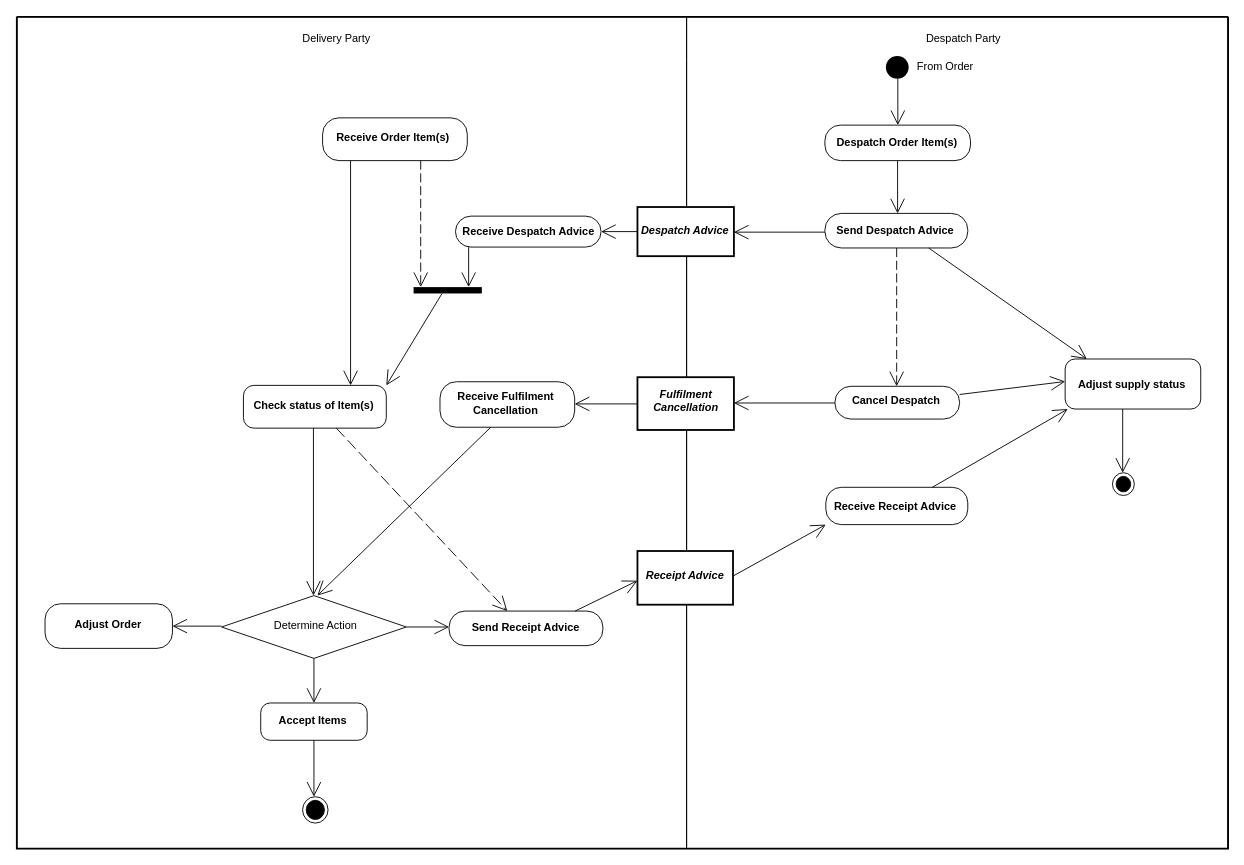
The draw.io diagram diagrams/UBL-2.2-FulfilmentDespatchAdviceProcess/UBL-2.2-FulfilmentDespatchAdviceProcess.drawio in kduvekot/ubl-work-on-svg-images, before the edit. Source tidied: cells renumbered, new cells numbered last; positions are measured from the earlier drawing's top-left corner, leaving out a move shared by most shapes. Both pictures are drawn from the tidied source at 91%, with x=0, y=0 at pixel (16, 16).
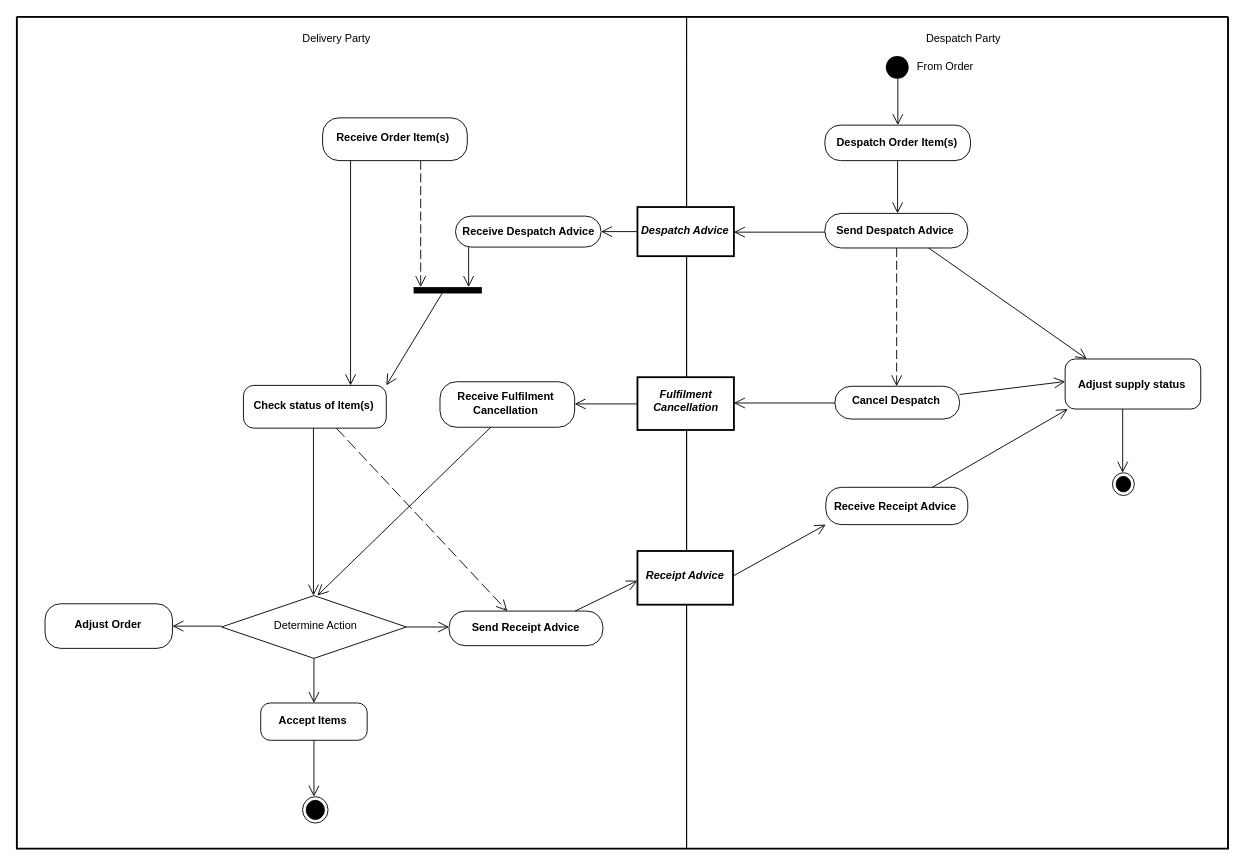
The same page after the edit.

The change refers to these unchanged cells:
```xml
<mxCell id="2" style="swimlane;html=1;startSize=0;whiteSpace=wrap;fillColor=none;strokeWidth=2;" parent="1" vertex="1">
  <mxGeometry width="1331" height="914" as="geometry" />
</mxCell>
<mxCell id="3" value="Delivery Party" style="swimlane;horizontal=1;startSize=47;swimlaneLine=0;html=1;fillColor=none;fontStyle=0;spacing=0;spacingRight=34;" parent="2" vertex="1">
  <mxGeometry width="736" height="914" as="geometry" />
</mxCell>
<mxCell id="4" value="Despatch Party" style="swimlane;horizontal=1;startSize=47;swimlaneLine=0;html=1;fillColor=none;fontStyle=0;spacing=0;spacingLeft=13;" parent="2" vertex="1">
  <mxGeometry x="736" width="595" height="914" as="geometry" />
</mxCell>
<mxCell id="5" value="From Order" style="ellipse;shape=startState;fillColor=#000000;strokeColor=none;html=1;whiteSpace=nowrap;fontStyle=0;align=center;verticalAlign=middle;spacing=0;spacingLeft=105;spacingBottom=2;" parent="4" vertex="1">
  <mxGeometry x="215" y="39" width="33" height="33" as="geometry" />
</mxCell>
<mxCell id="6" value="Receive Order Item(s)" style="rounded=1;absoluteArcSize=1;arcSize=36;html=1;whiteSpace=nowrap;fontStyle=1;align=center;verticalAlign=middle;spacing=0;spacingRight=6;spacingBottom=3;" parent="3" vertex="1">
  <mxGeometry x="336" y="111" width="159" height="47" as="geometry" />
</mxCell>
<mxCell id="7" value="Despatch Order Item(s)" style="rounded=1;absoluteArcSize=1;arcSize=34;html=1;whiteSpace=nowrap;fontStyle=1;align=center;verticalAlign=middle;spacing=0;spacingRight=3;spacingBottom=1;" parent="4" vertex="1">
  <mxGeometry x="152" y="119" width="160" height="39" as="geometry" />
</mxCell>
<mxCell id="8" value="Despatch Advice" style="rounded=0;html=1;whiteSpace=nowrap;fontStyle=3;align=center;verticalAlign=middle;spacing=0;spacingRight=2;spacingBottom=2;strokeWidth=2;" parent="4" vertex="1">
  <mxGeometry x="-54" y="209" width="106" height="54" as="geometry" />
</mxCell>
<mxCell id="9" value="Send Despatch Advice" style="rounded=1;absoluteArcSize=1;arcSize=36;html=1;whiteSpace=nowrap;fontStyle=1;align=center;verticalAlign=middle;spacing=0;spacingRight=4;" parent="4" vertex="1">
  <mxGeometry x="152" y="216" width="157" height="38" as="geometry" />
</mxCell>
<mxCell id="10" value="Receive Despatch Advice" style="rounded=1;absoluteArcSize=1;arcSize=34;html=1;whiteSpace=nowrap;fontStyle=1;align=center;verticalAlign=middle;spacing=0;" parent="3" vertex="1">
  <mxGeometry x="482" y="219" width="160" height="34" as="geometry" />
</mxCell>
<mxCell id="11" style="html=1;points=[[0.1041,0],[0.4166,1],[0.8064,0]];perimeter=orthogonalPerimeter;fillColor=#000000;strokeColor=none;" parent="3" vertex="1">
  <mxGeometry x="436" y="297" width="75" height="7" as="geometry" />
</mxCell>
<mxCell id="12" value="Adjust supply status" style="rounded=1;absoluteArcSize=1;arcSize=22;html=1;whiteSpace=nowrap;fontStyle=1;align=center;verticalAlign=middle;spacing=0;spacingRight=3;" parent="4" vertex="1">
  <mxGeometry x="416" y="376" width="149" height="55" as="geometry" />
</mxCell>
<mxCell id="13" value="Fulfilment&lt;br&gt;Cancellation" style="rounded=0;html=1;whiteSpace=nowrap;fontStyle=3;align=center;verticalAlign=middle;spacing=0;spacingRight=1;spacingBottom=6;strokeWidth=2;" parent="4" vertex="1">
  <mxGeometry x="-54" y="396" width="106" height="58" as="geometry" />
</mxCell>
<mxCell id="14" value="Receive Fulfilment&lt;br&gt;Cancellation" style="rounded=1;absoluteArcSize=1;arcSize=36;html=1;whiteSpace=nowrap;fontStyle=1;align=center;verticalAlign=middle;spacing=0;spacingRight=5;spacingBottom=2;" parent="3" vertex="1">
  <mxGeometry x="465" y="401" width="148" height="50" as="geometry" />
</mxCell>
<mxCell id="15" value="Check status of Item(s)" style="rounded=1;absoluteArcSize=1;arcSize=23;html=1;whiteSpace=nowrap;fontStyle=1;align=center;verticalAlign=middle;spacing=0;spacingRight=3;spacingBottom=4;" parent="3" vertex="1">
  <mxGeometry x="249" y="405" width="157" height="47" as="geometry" />
</mxCell>
<mxCell id="16" value="Cancel Despatch" style="rounded=1;absoluteArcSize=1;arcSize=35;html=1;whiteSpace=nowrap;fontStyle=1;align=center;verticalAlign=middle;spacing=0;spacingRight=4;spacingBottom=4;" parent="4" vertex="1">
  <mxGeometry x="163" y="406" width="137" height="36" as="geometry" />
</mxCell>
<mxCell id="17" style="ellipse;shape=endState;fillColor=#000000;html=1;" parent="4" vertex="1">
  <mxGeometry x="468" y="501" width="24" height="25" as="geometry" />
</mxCell>
<mxCell id="18" value="Receive Receipt Advice" style="rounded=1;absoluteArcSize=1;arcSize=34;html=1;whiteSpace=nowrap;fontStyle=1;align=center;verticalAlign=middle;spacing=0;spacingRight=4;spacingTop=1;" parent="4" vertex="1">
  <mxGeometry x="153" y="517" width="156" height="41" as="geometry" />
</mxCell>
<mxCell id="19" value="Receipt Advice" style="rounded=0;html=1;whiteSpace=nowrap;fontStyle=3;align=center;verticalAlign=middle;spacing=0;spacingRight=2;spacingBottom=5;strokeWidth=2;" parent="4" vertex="1">
  <mxGeometry x="-54" y="587" width="105" height="59" as="geometry" />
</mxCell>
<mxCell id="20" value="Determine Action" style="rhombus;html=1;whiteSpace=nowrap;fontStyle=0;align=center;verticalAlign=middle;spacing=0;spacingLeft=2;spacingBottom=3;" parent="3" vertex="1">
  <mxGeometry x="225" y="636" width="203" height="69" as="geometry" />
</mxCell>
<mxCell id="21" value="Adjust Order" style="rounded=1;absoluteArcSize=1;arcSize=34;html=1;whiteSpace=nowrap;fontStyle=1;align=center;verticalAlign=middle;spacing=0;spacingRight=2;spacingBottom=4;" parent="3" vertex="1">
  <mxGeometry x="31" y="645" width="140" height="49" as="geometry" />
</mxCell>
<mxCell id="22" value="Send Receipt Advice" style="rounded=1;absoluteArcSize=1;arcSize=35;html=1;whiteSpace=nowrap;fontStyle=1;align=center;verticalAlign=middle;spacing=0;spacingRight=2;spacingBottom=3;" parent="3" vertex="1">
  <mxGeometry x="475" y="653" width="169" height="38" as="geometry" />
</mxCell>
<mxCell id="23" value="Accept Items" style="rounded=1;absoluteArcSize=1;arcSize=21;html=1;whiteSpace=nowrap;fontStyle=1;align=center;verticalAlign=middle;spacing=0;spacingRight=3;spacingBottom=1;" parent="3" vertex="1">
  <mxGeometry x="268" y="754" width="117" height="41" as="geometry" />
</mxCell>
<mxCell id="24" style="ellipse;shape=endState;fillColor=#000000;html=1;" parent="3" vertex="1">
  <mxGeometry x="314" y="857" width="28" height="29" as="geometry" />
</mxCell>
```

Diff of the diagram source:
```diff
@@
-    <mxCell id="25" style="edgeStyle=none;rounded=0;html=1;endArrow=open;endFill=0;endSize=14;exitPerimeter=0;entryX=0.5009;entryY=0;entryPerimeter=0;exitX=0.519515;exitY=0.8788;" parent="4" edge="1" source="5" target="7">
+    <mxCell id="25" style="edgeStyle=none;rounded=0;html=1;endArrow=open;endFill=0;endSize=10;exitPerimeter=0;entryX=0.5009;entryY=0;entryPerimeter=0;exitX=0.519515;exitY=0.8788;" parent="4" edge="1" source="5" target="7">
       <mxGeometry relative="1" as="geometry" />
     </mxCell>
-    <mxCell id="26" style="edgeStyle=none;rounded=0;html=1;endArrow=open;endFill=0;endSize=14;exitPerimeter=0;entryX=0.75;entryY=0;entryPerimeter=0;exitX=0.193396;exitY=1;" parent="3" edge="1" source="6" target="15">
+    <mxCell id="26" style="edgeStyle=none;rounded=0;html=1;endArrow=open;endFill=0;endSize=10;exitPerimeter=0;entryX=0.75;entryY=0;entryPerimeter=0;exitX=0.193396;exitY=1;" parent="3" edge="1" source="6" target="15">
       <mxGeometry relative="1" as="geometry" />
     </mxCell>
-    <mxCell id="27" style="edgeStyle=none;rounded=0;html=1;endArrow=open;endFill=0;endSize=14;exitPerimeter=0;entryX=0.1041;entryY=0;entryPerimeter=0;dashed=1;dashPattern=10 4;noJump=1;exitX=0.678035;exitY=1;" parent="3" edge="1" source="6" target="11">
+    <mxCell id="27" style="edgeStyle=none;rounded=0;html=1;endArrow=open;endFill=0;endSize=10;exitPerimeter=0;entryX=0.1041;entryY=0;entryPerimeter=0;dashed=1;dashPattern=10 4;noJump=1;exitX=0.678035;exitY=1;" parent="3" edge="1" source="6" target="11">
       <mxGeometry relative="1" as="geometry" />
     </mxCell>
-    <mxCell id="28" style="edgeStyle=none;rounded=0;html=1;endArrow=open;endFill=0;endSize=14;exitPerimeter=0;entryX=0.5086;entryY=0;entryPerimeter=0;exitX=0.499064;exitY=1;" parent="4" edge="1" source="7" target="9">
+    <mxCell id="28" style="edgeStyle=none;rounded=0;html=1;endArrow=open;endFill=0;endSize=10;exitPerimeter=0;entryX=0.5086;entryY=0;entryPerimeter=0;exitX=0.499064;exitY=1;" parent="4" edge="1" source="7" target="9">
       <mxGeometry relative="1" as="geometry" />
     </mxCell>
-    <mxCell id="29" style="edgeStyle=none;rounded=0;html=1;endArrow=open;endFill=0;endSize=14;exitX=0;exitY=0.5;exitPerimeter=0;entryX=1;entryY=0.5;entryPerimeter=0;" parent="2" edge="1" source="8" target="10">
+    <mxCell id="29" style="edgeStyle=none;rounded=0;html=1;endArrow=open;endFill=0;endSize=10;exitX=0;exitY=0.5;exitPerimeter=0;entryX=1;entryY=0.5;entryPerimeter=0;" parent="2" edge="1" source="8" target="10">
       <mxGeometry relative="1" as="geometry" />
     </mxCell>
-    <mxCell id="30" style="edgeStyle=none;rounded=0;html=1;endArrow=open;endFill=0;endSize=14;exitPerimeter=0;entryX=1;entryY=0.5112;entryPerimeter=0;exitX=0;exitY=0.542232;" parent="4" edge="1" source="9" target="8">
+    <mxCell id="30" style="edgeStyle=none;rounded=0;html=1;endArrow=open;endFill=0;endSize=10;exitPerimeter=0;entryX=1;entryY=0.5112;entryPerimeter=0;exitX=0;exitY=0.542232;" parent="4" edge="1" source="9" target="8">
       <mxGeometry relative="1" as="geometry" />
     </mxCell>
-    <mxCell id="31" style="edgeStyle=none;rounded=0;html=1;endArrow=open;endFill=0;endSize=14;exitPerimeter=0;entryX=0.8064;entryY=0;entryPerimeter=0;exitX=0.0905;exitY=1;" parent="3" edge="1" source="10" target="11">
+    <mxCell id="31" style="edgeStyle=none;rounded=0;html=1;endArrow=open;endFill=0;endSize=10;exitPerimeter=0;entryX=0.8064;entryY=0;entryPerimeter=0;exitX=0.0905;exitY=1;" parent="3" edge="1" source="10" target="11">
       <mxGeometry relative="1" as="geometry" />
     </mxCell>
-    <mxCell id="32" style="edgeStyle=none;rounded=0;html=1;endArrow=open;endFill=0;endSize=14;exitPerimeter=0;entryX=0.4952;entryY=0;entryPerimeter=0;dashed=1;dashPattern=10 4;noJump=1;exitX=0.502181;exitY=1;" parent="4" edge="1" source="9" target="16">
+    <mxCell id="32" style="edgeStyle=none;rounded=0;html=1;endArrow=open;endFill=0;endSize=10;exitPerimeter=0;entryX=0.4952;entryY=0;entryPerimeter=0;dashed=1;dashPattern=10 4;noJump=1;exitX=0.502181;exitY=1;" parent="4" edge="1" source="9" target="16">
       <mxGeometry relative="1" as="geometry" />
     </mxCell>
-    <mxCell id="33" style="edgeStyle=none;rounded=0;html=1;endArrow=open;endFill=0;endSize=14;exitX=0.7263;exitY=1;exitPerimeter=0;entryX=0.1601;entryY=0;entryPerimeter=0;" parent="4" edge="1" source="9" target="12">
+    <mxCell id="33" style="edgeStyle=none;rounded=0;html=1;endArrow=open;endFill=0;endSize=10;exitX=0.7263;exitY=1;exitPerimeter=0;entryX=0.1601;entryY=0;entryPerimeter=0;" parent="4" edge="1" source="9" target="12">
       <mxGeometry relative="1" as="geometry" />
     </mxCell>
-    <mxCell id="34" style="edgeStyle=none;rounded=0;html=1;endArrow=open;endFill=0;endSize=14;exitX=0.4166;exitY=1;exitPerimeter=0;entryX=1;entryY=0;entryPerimeter=0;" parent="3" edge="1" source="11" target="15">
+    <mxCell id="34" style="edgeStyle=none;rounded=0;html=1;endArrow=open;endFill=0;endSize=10;exitX=0.4166;exitY=1;exitPerimeter=0;entryX=1;entryY=0;entryPerimeter=0;" parent="3" edge="1" source="11" target="15">
       <mxGeometry relative="1" as="geometry" />
     </mxCell>
-    <mxCell id="35" style="edgeStyle=none;rounded=0;html=1;endArrow=open;endFill=0;endSize=14;exitX=1;exitY=0.25;exitPerimeter=0;entryX=0;entryY=0.4498;entryPerimeter=0;" parent="4" edge="1" source="16" target="12">
+    <mxCell id="35" style="edgeStyle=none;rounded=0;html=1;endArrow=open;endFill=0;endSize=10;exitX=1;exitY=0.25;exitPerimeter=0;entryX=0;entryY=0.4498;entryPerimeter=0;" parent="4" edge="1" source="16" target="12">
       <mxGeometry relative="1" as="geometry" />
     </mxCell>
-    <mxCell id="36" style="edgeStyle=none;rounded=0;html=1;endArrow=open;endFill=0;endSize=14;exitPerimeter=0;entryX=1;entryY=0.4888;entryPerimeter=0;exitX=0;exitY=0.509733;" parent="4" edge="1" source="16" target="13">
+    <mxCell id="36" style="edgeStyle=none;rounded=0;html=1;endArrow=open;endFill=0;endSize=10;exitPerimeter=0;entryX=1;entryY=0.4888;entryPerimeter=0;exitX=0;exitY=0.509733;" parent="4" edge="1" source="16" target="13">
       <mxGeometry relative="1" as="geometry" />
     </mxCell>
-    <mxCell id="37" style="edgeStyle=none;rounded=0;html=1;endArrow=open;endFill=0;endSize=14;exitPerimeter=0;entryX=1;entryY=0.4872;entryPerimeter=0;exitX=0;exitY=0.506207;" parent="2" edge="1" source="13" target="14">
+    <mxCell id="37" style="edgeStyle=none;rounded=0;html=1;endArrow=open;endFill=0;endSize=10;exitPerimeter=0;entryX=1;entryY=0.4872;entryPerimeter=0;exitX=0;exitY=0.506207;" parent="2" edge="1" source="13" target="14">
       <mxGeometry relative="1" as="geometry" />
     </mxCell>
-    <mxCell id="38" style="edgeStyle=none;rounded=0;html=1;endArrow=open;endFill=0;endSize=14;exitX=0.75;exitY=0;exitPerimeter=0;entryX=0.0194;entryY=1;entryPerimeter=0;" parent="4" edge="1" source="18" target="12">
+    <mxCell id="38" style="edgeStyle=none;rounded=0;html=1;endArrow=open;endFill=0;endSize=10;exitX=0.75;exitY=0;exitPerimeter=0;entryX=0.0194;entryY=1;entryPerimeter=0;" parent="4" edge="1" source="18" target="12">
       <mxGeometry relative="1" as="geometry" />
     </mxCell>
-    <mxCell id="39" style="edgeStyle=none;rounded=0;html=1;endArrow=open;endFill=0;endSize=14;exitPerimeter=0;entryX=0.4675;entryY=0;entryPerimeter=0;exitX=0.424295;exitY=1;" parent="4" edge="1" source="12" target="17">
+    <mxCell id="39" style="edgeStyle=none;rounded=0;html=1;endArrow=open;endFill=0;endSize=10;exitPerimeter=0;entryX=0.4675;entryY=0;entryPerimeter=0;exitX=0.424295;exitY=1;" parent="4" edge="1" source="12" target="17">
       <mxGeometry relative="1" as="geometry" />
     </mxCell>
-    <mxCell id="40" style="edgeStyle=none;rounded=0;html=1;endArrow=open;endFill=0;endSize=14;exitX=0.3772;exitY=1;exitPerimeter=0;entryX=0.5184;entryY=0;entryPerimeter=0;" parent="3" edge="1" source="14" target="20">
+    <mxCell id="40" style="edgeStyle=none;rounded=0;html=1;endArrow=open;endFill=0;endSize=10;exitX=0.3772;exitY=1;exitPerimeter=0;entryX=0.5184;entryY=0;entryPerimeter=0;" parent="3" edge="1" source="14" target="20">
       <mxGeometry relative="1" as="geometry" />
     </mxCell>
-    <mxCell id="41" style="edgeStyle=none;rounded=0;html=1;endArrow=open;endFill=0;endSize=14;exitPerimeter=0;entryX=0.4973;entryY=0;entryPerimeter=0;exitX=0.490139;exitY=1;" parent="3" edge="1" source="15" target="20">
+    <mxCell id="41" style="edgeStyle=none;rounded=0;html=1;endArrow=open;endFill=0;endSize=10;exitPerimeter=0;entryX=0.4973;entryY=0;entryPerimeter=0;exitX=0.490139;exitY=1;" parent="3" edge="1" source="15" target="20">
       <mxGeometry relative="1" as="geometry" />
     </mxCell>
-    <mxCell id="42" style="edgeStyle=none;rounded=0;html=1;endArrow=open;endFill=0;endSize=14;exitX=0.6503;exitY=1;exitPerimeter=0;entryX=0.3785;entryY=0;entryPerimeter=0;dashed=1;dashPattern=13 5;noJump=1;" parent="3" edge="1" source="15" target="22">
+    <mxCell id="42" style="edgeStyle=none;rounded=0;html=1;endArrow=open;endFill=0;endSize=10;exitX=0.6503;exitY=1;exitPerimeter=0;entryX=0.3785;entryY=0;entryPerimeter=0;dashed=1;dashPattern=13 5;noJump=1;" parent="3" edge="1" source="15" target="22">
       <mxGeometry relative="1" as="geometry" />
     </mxCell>
-    <mxCell id="43" style="edgeStyle=none;rounded=0;html=1;endArrow=open;endFill=0;endSize=14;exitX=1;exitY=0.4671;exitPerimeter=0;entryX=0;entryY=1;entryPerimeter=0;" parent="4" edge="1" source="19" target="18">
+    <mxCell id="43" style="edgeStyle=none;rounded=0;html=1;endArrow=open;endFill=0;endSize=10;exitX=1;exitY=0.4671;exitPerimeter=0;entryX=0;entryY=1;entryPerimeter=0;" parent="4" edge="1" source="19" target="18">
       <mxGeometry relative="1" as="geometry" />
     </mxCell>
-    <mxCell id="44" style="edgeStyle=none;rounded=0;html=1;endArrow=open;endFill=0;endSize=14;exitX=0.8196;exitY=0;exitPerimeter=0;entryX=0;entryY=0.5531;entryPerimeter=0;" parent="2" edge="1" source="22" target="19">
+    <mxCell id="44" style="edgeStyle=none;rounded=0;html=1;endArrow=open;endFill=0;endSize=10;exitX=0.8196;exitY=0;exitPerimeter=0;entryX=0;entryY=0.5531;entryPerimeter=0;" parent="2" edge="1" source="22" target="19">
       <mxGeometry relative="1" as="geometry" />
     </mxCell>
-    <mxCell id="45" style="edgeStyle=none;rounded=0;html=1;endArrow=open;endFill=0;endSize=14;exitPerimeter=0;entryX=1;entryY=0.501;entryPerimeter=0;exitX=0;exitY=0.486217;" parent="3" edge="1" source="20" target="21">
+    <mxCell id="45" style="edgeStyle=none;rounded=0;html=1;endArrow=open;endFill=0;endSize=10;exitPerimeter=0;entryX=1;entryY=0.501;entryPerimeter=0;exitX=0;exitY=0.486217;" parent="3" edge="1" source="20" target="21">
       <mxGeometry relative="1" as="geometry" />
     </mxCell>
-    <mxCell id="46" style="edgeStyle=none;rounded=0;html=1;endArrow=open;endFill=0;endSize=14;exitX=1;exitY=0.5;exitPerimeter=0;entryPerimeter=0;entryX=0;entryY=0.460526;" parent="3" edge="1" source="20" target="22">
+    <mxCell id="46" style="edgeStyle=none;rounded=0;html=1;endArrow=open;endFill=0;endSize=10;exitX=1;exitY=0.5;exitPerimeter=0;entryPerimeter=0;entryX=0;entryY=0.460526;" parent="3" edge="1" source="20" target="22">
       <mxGeometry relative="1" as="geometry" />
     </mxCell>
-    <mxCell id="47" style="edgeStyle=none;rounded=0;html=1;endArrow=open;endFill=0;endSize=14;exitX=0.5;exitY=1;exitPerimeter=0;entryX=0.5;entryY=0;entryPerimeter=0;" parent="3" edge="1" source="20" target="23">
+    <mxCell id="47" style="edgeStyle=none;rounded=0;html=1;endArrow=open;endFill=0;endSize=10;exitX=0.5;exitY=1;exitPerimeter=0;entryX=0.5;entryY=0;entryPerimeter=0;" parent="3" edge="1" source="20" target="23">
       <mxGeometry relative="1" as="geometry" />
     </mxCell>
-    <mxCell id="48" style="edgeStyle=none;rounded=0;html=1;endArrow=open;endFill=0;endSize=14;exitX=0.5;exitY=1;exitPerimeter=0;entryPerimeter=0;entryX=0.446429;entryY=0;" parent="3" edge="1" source="23" target="24">
+    <mxCell id="48" style="edgeStyle=none;rounded=0;html=1;endArrow=open;endFill=0;endSize=10;exitX=0.5;exitY=1;exitPerimeter=0;entryPerimeter=0;entryX=0.446429;entryY=0;" parent="3" edge="1" source="23" target="24">
       <mxGeometry relative="1" as="geometry" />
     </mxCell>
```
